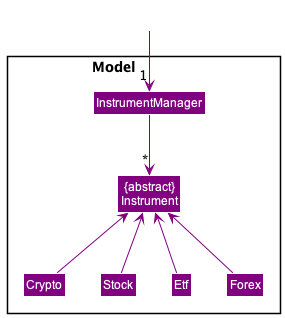
The PlantUML diagram docs/images/ModelDiagram.png in williamlamjy/mTracker, before a commit. Source of this version:
```plantuml
@startuml
!include Styles.puml

Package "Model            "  <<Rectangle>>{
     Class "{abstract}\nInstrument" as Instrument COLOR_MODEL
     Class InstrumentManager COLOR_MODEL
     Class Crypto COLOR_MODEL
     Class Stock COLOR_MODEL
     Class Etf COLOR_MODEL
     Class Forex COLOR_MODEL
}

Class outside COLOR_WHITE
outside -down[COLOR_MODEL]->"1" InstrumentManager
Crypto -up[COLOR_MODEL]->Instrument
Stock -up[COLOR_MODEL]->Instrument
Etf -up[COLOR_MODEL]->Instrument
Forex -up[COLOR_MODEL]->Instrument
InstrumentManager -down[COLOR_MODEL]-> "*" Instrument

@enduml
```
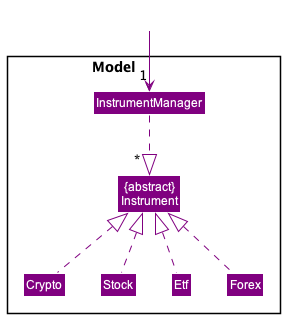
After the commit.

Change to the diagram source:
```diff
@@ -12,10 +12,10 @@
 
 Class outside COLOR_WHITE
 outside -down[COLOR_MODEL]->"1" InstrumentManager
-Crypto -up[COLOR_MODEL]->Instrument
-Stock -up[COLOR_MODEL]->Instrument
-Etf -up[COLOR_MODEL]->Instrument
-Forex -up[COLOR_MODEL]->Instrument
-InstrumentManager -down[COLOR_MODEL]-> "*" Instrument
+Crypto -up[COLOR_MODEL].|>Instrument
+Stock -up[COLOR_MODEL].|>Instrument
+Etf -up[COLOR_MODEL].|>Instrument
+Forex -up[COLOR_MODEL].|>Instrument
+InstrumentManager -down[COLOR_MODEL].|> "              *" Instrument
 
 @enduml
```
